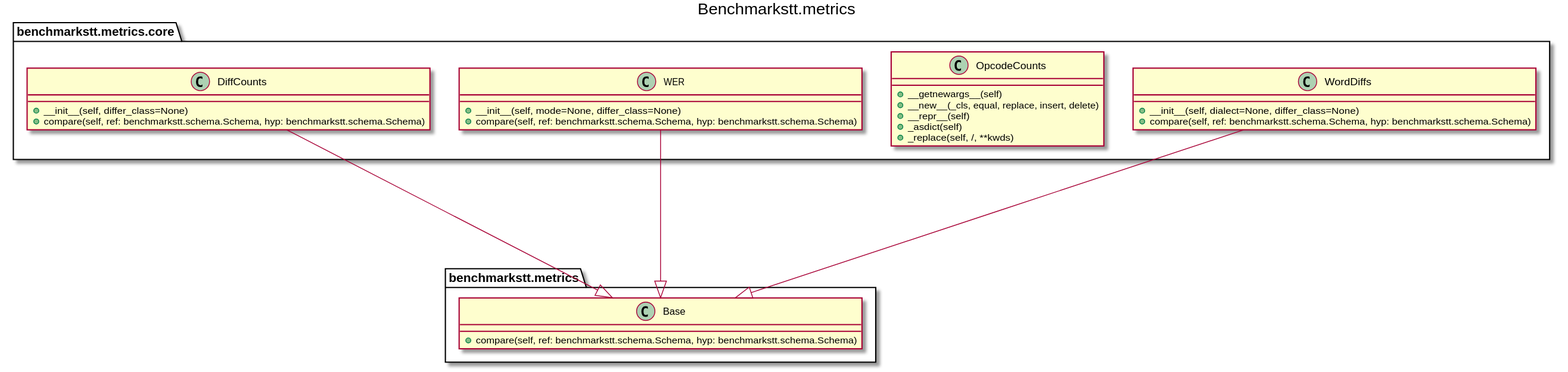
The PlantUML diagram docs/_static/uml/benchmarkstt.metrics.svg in ebu/benchmarkstt, before a commit.
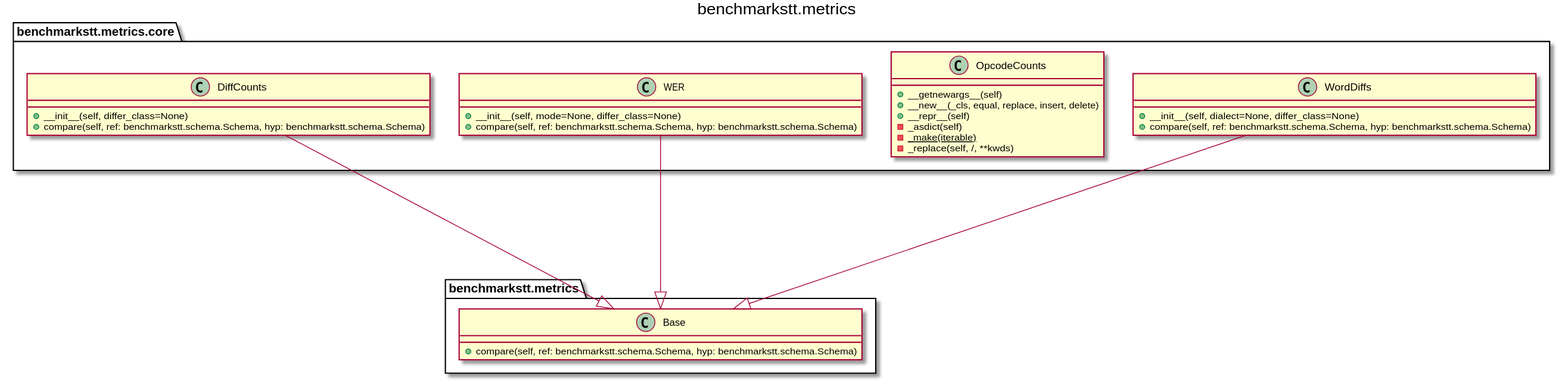
After the change.

What changed in the source:
```diff
@@ -1,32 +1,37 @@
 @startuml
-title Benchmarkstt.metrics
+title benchmarkstt.metrics
 
+package benchmarkstt.metrics {
 
-class benchmarkstt.metrics.Base [[https://benchmarkstt.readthedocs.io/en/latest/modules/benchmarkstt.metrics.html#benchmarkstt.metrics.Base]] {
+	class benchmarkstt.metrics.Base [[https://benchmarkstt.readthedocs.io/en/latest/modules/benchmarkstt.metrics.html#benchmarkstt.metrics.Base]] {
 	+compare(self, ref: benchmarkstt.schema.Schema, hyp: benchmarkstt.schema.Schema)
+	}
 }
+package benchmarkstt.metrics.core {
 
-class benchmarkstt.metrics.core.DiffCounts [[https://benchmarkstt.readthedocs.io/en/latest/modules/benchmarkstt.metrics.core.html#benchmarkstt.metrics.core.DiffCounts]] {
+	class benchmarkstt.metrics.core.DiffCounts [[https://benchmarkstt.readthedocs.io/en/latest/modules/benchmarkstt.metrics.core.html#benchmarkstt.metrics.core.DiffCounts]] {
 	+__init__(self, differ_class=None)
 	+compare(self, ref: benchmarkstt.schema.Schema, hyp: benchmarkstt.schema.Schema)
-}
+	}
 
-class benchmarkstt.metrics.core.OpcodeCounts [[https://benchmarkstt.readthedocs.io/en/latest/modules/benchmarkstt.metrics.core.html#benchmarkstt.metrics.core.OpcodeCounts]] {
+	class benchmarkstt.metrics.core.OpcodeCounts [[https://benchmarkstt.readthedocs.io/en/latest/modules/benchmarkstt.metrics.core.html#benchmarkstt.metrics.core.OpcodeCounts]] {
 	+__getnewargs__(self)
 	+__new__(_cls, equal, replace, insert, delete)
 	+__repr__(self)
-	+_asdict(self)
-	+_replace(self, /, **kwds)
-}
+	-_asdict(self)
+	{static} -_make(iterable)
+	-_replace(self, /, **kwds)
+	}
 
-class benchmarkstt.metrics.core.WER [[https://benchmarkstt.readthedocs.io/en/latest/modules/benchmarkstt.metrics.core.html#benchmarkstt.metrics.core.WER]] {
+	class benchmarkstt.metrics.core.WER [[https://benchmarkstt.readthedocs.io/en/latest/modules/benchmarkstt.metrics.core.html#benchmarkstt.metrics.core.WER]] {
 	+__init__(self, mode=None, differ_class=None)
 	+compare(self, ref: benchmarkstt.schema.Schema, hyp: benchmarkstt.schema.Schema)
-}
+	}
 
-class benchmarkstt.metrics.core.WordDiffs [[https://benchmarkstt.readthedocs.io/en/latest/modules/benchmarkstt.metrics.core.html#benchmarkstt.metrics.core.WordDiffs]] {
+	class benchmarkstt.metrics.core.WordDiffs [[https://benchmarkstt.readthedocs.io/en/latest/modules/benchmarkstt.metrics.core.html#benchmarkstt.metrics.core.WordDiffs]] {
 	+__init__(self, dialect=None, differ_class=None)
 	+compare(self, ref: benchmarkstt.schema.Schema, hyp: benchmarkstt.schema.Schema)
+	}
 }
 
 benchmarkstt.metrics.core.DiffCounts ----|> benchmarkstt.metrics.Base
```
